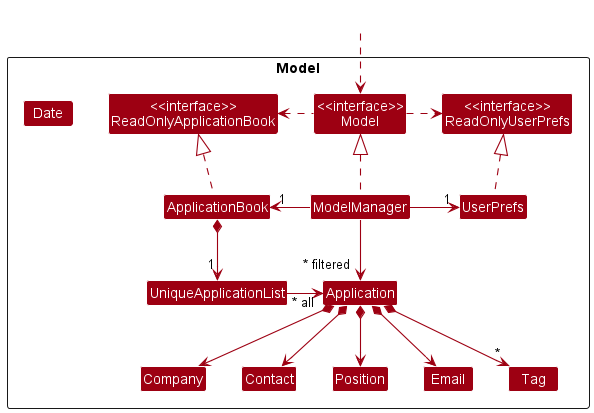
Above: docs/images/ModelClassDiagram.png in nus-cs2103-AY2223S1/tp (PlantUML), before the change. Its diagram source:
```plantuml
@startuml
!include style.puml
skinparam arrowThickness 1.1
skinparam arrowColor MODEL_COLOR
skinparam classBackgroundColor MODEL_COLOR

Package Model <<Rectangle>>{
Class "<<interface>>\nReadOnlyApplicationBook" as ReadOnlyApplicationBook
Class "<<interface>>\nReadOnlyUserPrefs" as ReadOnlyUserPrefs
Class "<<interface>>\nModel" as Model
Class ApplicationBook
Class ModelManager
Class UserPrefs

Class UniqueApplicationList
Class Application
Class Company
Class Position
Class Email
Class Date
Class Contact
Class Tag

}

Class HiddenOutside #FFFFFF
HiddenOutside ..> Model

ApplicationBook .up.|> ReadOnlyApplicationBook

ModelManager .up.|> Model
Model .right.> ReadOnlyUserPrefs
Model .left.> ReadOnlyApplicationBook
ModelManager -left-> "1" ApplicationBook
ModelManager -right-> "1" UserPrefs
UserPrefs .up.|> ReadOnlyUserPrefs

ApplicationBook *--> "1" UniqueApplicationList
UniqueApplicationList -left-> "~* all" Application
Application *--> Company
Application *--> Contact
Application *--> Email
Application *--> Position
Application *--> "*" Tag

Company -[hidden]right-> Contact
Contact -[hidden]right-> Position
Position -[hidden]right-> Email

ModelManager -->"~* filtered" Application
@enduml
```
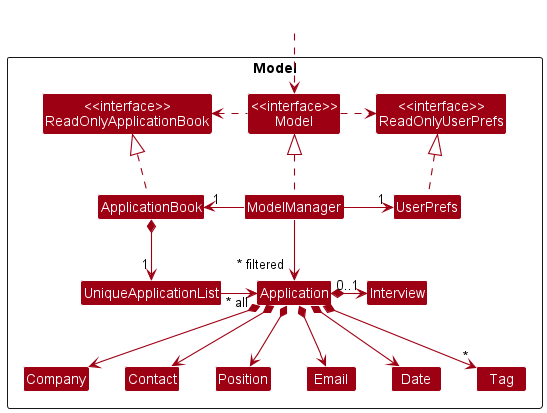
Above is the later version.

Diff of the diagram source:
```diff
@@ -20,6 +20,7 @@
 Class Date
 Class Contact
 Class Tag
+Class Interview
 
 }
 
@@ -41,7 +42,9 @@
 Application *--> Contact
 Application *--> Email
 Application *--> Position
+Application *--> Date
 Application *--> "*" Tag
+Application *-right-> "0..1" Interview
 
 Company -[hidden]right-> Contact
 Contact -[hidden]right-> Position
```
